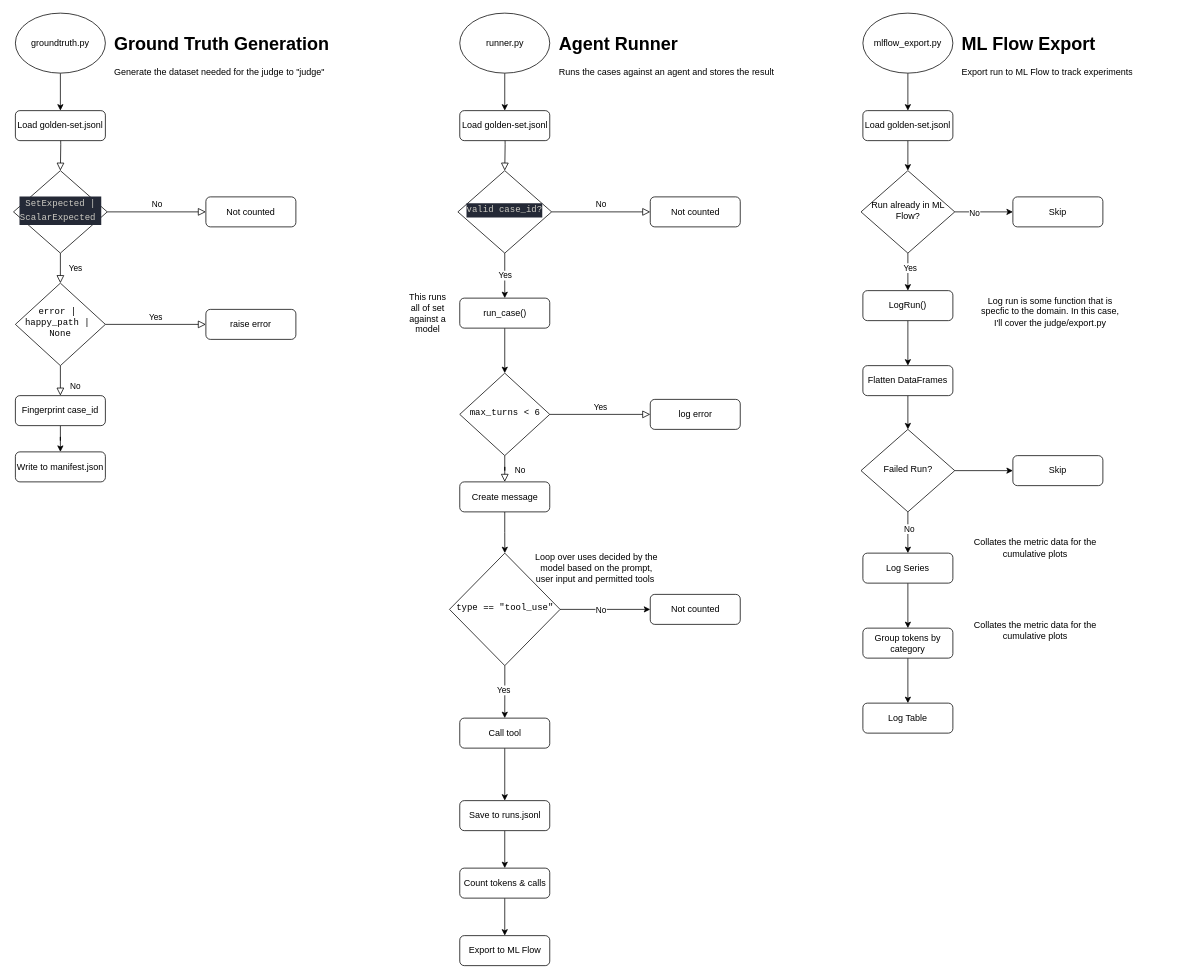
Above: evals/docs/diagrams/Harness.drawio in jacKlinc/openbeta-mcp (draw.io), before the change. Source tidied: cells renumbered, new cells numbered last; positions are measured from the earlier drawing's top-left corner, leaving out a move shared by most shapes. Both pictures are drawn from the tidied source at 75%, with x=0, y=0 at pixel (14, 13).
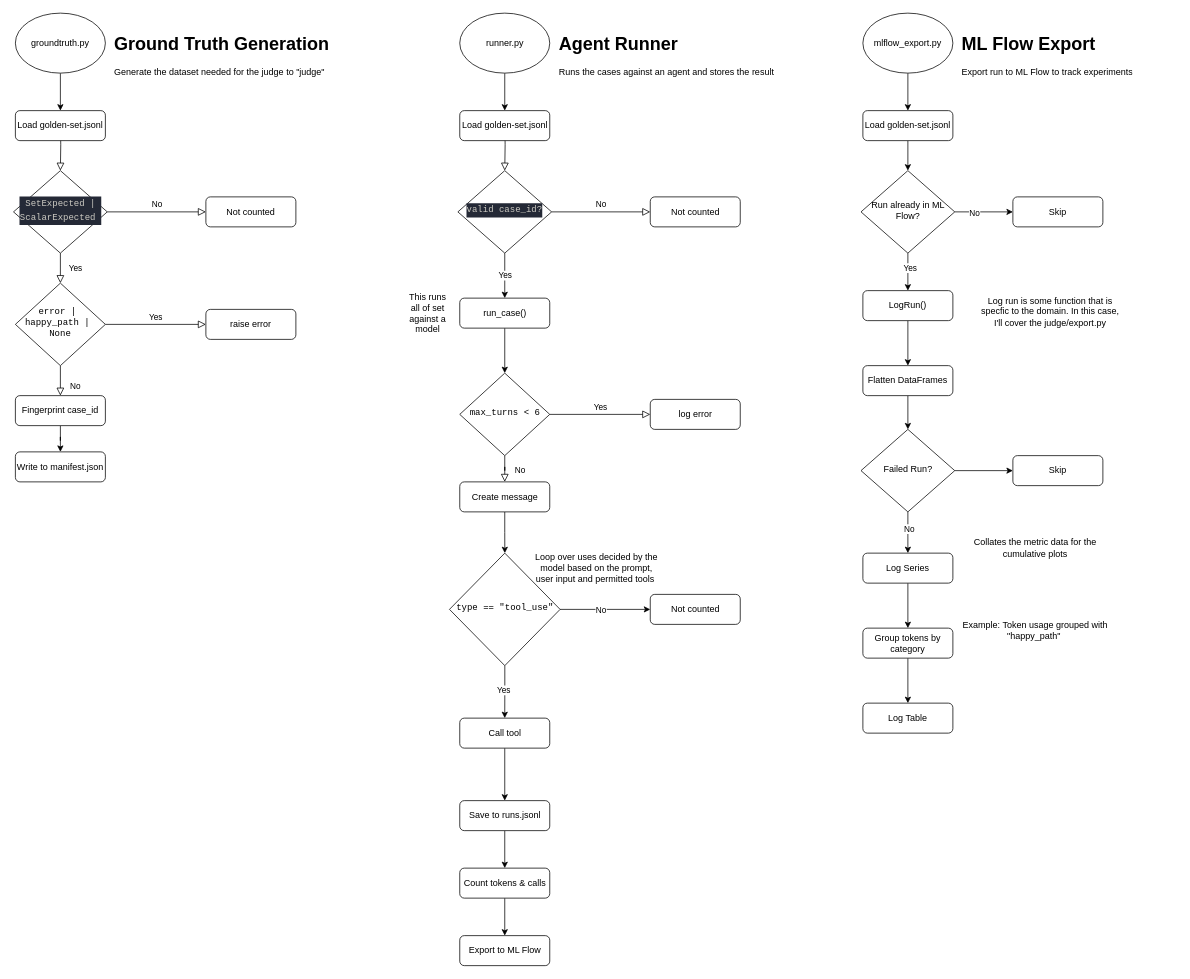
After the change.

What changed in the source:
```diff
@@
-    <mxCell id="77" value="Collates the metric&amp;nbsp;data for the cumulative plots" style="text;html=1;whiteSpace=wrap;strokeColor=none;fillColor=none;align=center;verticalAlign=middle;rounded=0;" parent="1" vertex="1">
+    <mxCell id="77" value="Example: Token usage grouped with &quot;happy_path&quot;&amp;nbsp;" style="text;html=1;whiteSpace=wrap;strokeColor=none;fillColor=none;align=center;verticalAlign=middle;rounded=0;" parent="1" vertex="1">
       <mxGeometry x="1262" y="800" width="200" height="45" as="geometry" />
     </mxCell>
```
